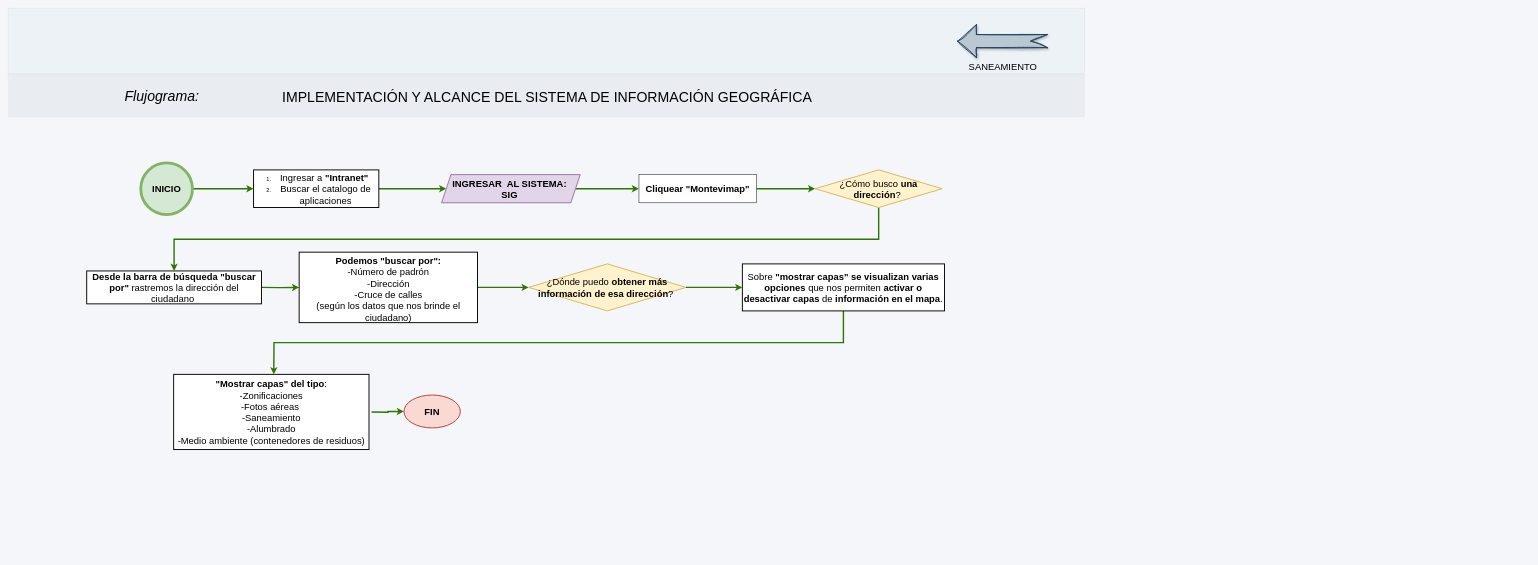
Before: page "Verificar zona saneada" (5 of 5) of BAROMETRICA/barometrica.drawio in adlc20/Manual_de_procedimientos_ccz9, a draw.io diagram. Source tidied: cells renumbered, new cells numbered last; positions are measured from the earlier drawing's top-left corner, leaving out a move shared by most shapes. Both pictures are drawn from the tidied source at 47%, with x=0, y=0 at pixel (8, 8).
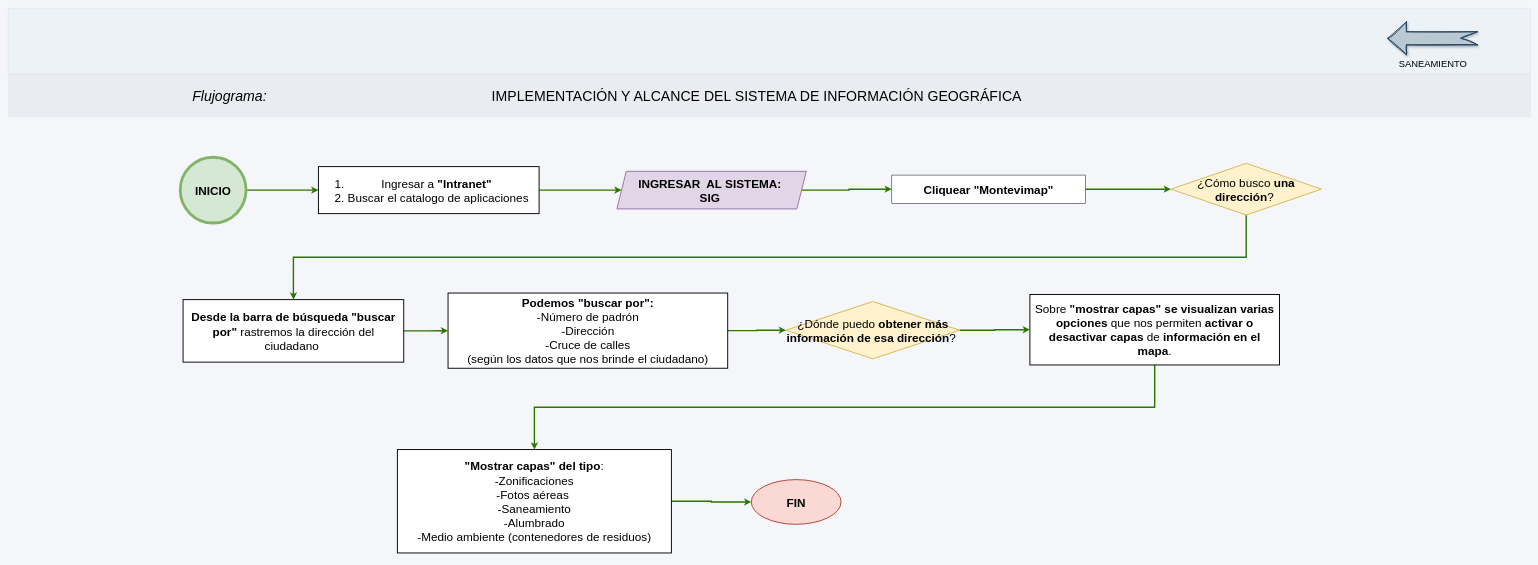
The same diagram, later.

Change to the diagram source:
```diff
@@
     <mxCell id="2" style="verticalLabelPosition=bottom;verticalAlign=middle;html=1;shape=mxgraph.basic.patternFillRect;step=5;fillStrokeWidth=0.2;fillStrokeColor=#dddddd;fillColor=#EDF2F7;strokeWidth=0;dashed=1;dashPattern=1 4;rounded=1;align=center;fontFamily=Helvetica;fontSize=12;fontColor=#2D3748;" parent="1" vertex="1">
-      <mxGeometry width="2290" height="140" as="geometry" />
+      <mxGeometry width="3239" height="140" as="geometry" />
     </mxCell>
     <mxCell id="3" style="verticalLabelPosition=bottom;verticalAlign=top;html=1;shape=mxgraph.basic.patternFillRect;fillStyle=auto;step=5;fillStrokeWidth=0.2;fillStrokeColor=#dddddd;fillColor=#E0E5EB;strokeWidth=0;strokeColor=default;opacity=50;fontColor=#ffffff;shadow=0;comic=0;align=center;fontFamily=Helvetica;fontSize=12;gradientColor=none;" parent="1" vertex="1">
-      <mxGeometry y="140" width="2290" height="91" as="geometry" />
+      <mxGeometry y="140" width="3239" height="91" as="geometry" />
     </mxCell>
     <mxCell id="4" value="&lt;i style=&quot;font-size: 30px;&quot;&gt;Flujograma:&lt;/i&gt;" style="text;html=1;whiteSpace=wrap;strokeColor=none;fillColor=none;align=center;verticalAlign=middle;rounded=0;" parent="1" vertex="1">
-      <mxGeometry x="167" y="170.5" width="320" height="30" as="geometry" />
+      <mxGeometry x="311" y="170.5" width="320" height="30" as="geometry" />
     </mxCell>
     <mxCell id="5" value="&lt;h4&gt;&lt;font style=&quot;font-size: 30px; font-weight: normal;&quot; face=&quot;Helvetica&quot;&gt;&amp;nbsp;IMPLEMENTACIÓN Y ALCANCE DEL SISTEMA DE INFORMACIÓN GEOGRÁFICA&lt;/font&gt;&lt;/h4&gt;" style="text;html=1;whiteSpace=wrap;strokeColor=none;fillColor=none;align=center;verticalAlign=middle;rounded=0;" parent="1" vertex="1">
-      <mxGeometry x="560" y="172.5" width="1165.1" height="30" as="geometry" />
+      <mxGeometry x="1006" y="170.5" width="1165.1" height="30" as="geometry" />
     </mxCell>
-    <mxCell id="6" style="edgeStyle=orthogonalEdgeStyle;rounded=0;jettySize=auto;html=1;exitX=1;exitY=0.5;exitDx=0;exitDy=0;entryX=0;entryY=0.5;entryDx=0;entryDy=0;fillColor=#60a917;strokeColor=#2D7600;strokeWidth=3;" parent="1" edge="1" source="7" target="15">
+    <mxCell id="6" style="edgeStyle=orthogonalEdgeStyle;rounded=0;jettySize=auto;html=1;exitX=1;exitY=0.5;exitDx=0;exitDy=0;entryX=0;entryY=0.5;entryDx=0;entryDy=0;fillColor=#60a917;strokeColor=#2D7600;strokeWidth=3;fontSize=25;" parent="1" edge="1" source="7" target="15">
       <mxGeometry relative="1" as="geometry" />
     </mxCell>
-    <mxCell id="7" value="&lt;font style=&quot;font-size: 20px;&quot;&gt;&lt;b&gt;Cliquear &quot;Montevimap&quot;&lt;/b&gt;&lt;/font&gt;" style="rounded=0;whiteSpace=wrap;html=1;" parent="1" vertex="1">
-      <mxGeometry x="1342" y="354" width="250" height="60" as="geometry" />
+    <mxCell id="7" value="&lt;font&gt;&lt;b&gt;Cliquear &quot;Montevimap&quot;&lt;/b&gt;&lt;/font&gt;" style="rounded=0;whiteSpace=wrap;html=1;fontSize=25;" parent="1" vertex="1">
+      <mxGeometry x="1880" y="355" width="412" height="60" as="geometry" />
     </mxCell>
-    <mxCell id="8" style="edgeStyle=orthogonalEdgeStyle;rounded=0;jettySize=auto;html=1;exitX=1;exitY=0.5;exitDx=0;exitDy=0;entryX=0;entryY=0.5;entryDx=0;entryDy=0;fillColor=#60a917;strokeColor=#2D7600;strokeWidth=3;" parent="1" edge="1" source="9" target="24">
+    <mxCell id="8" style="edgeStyle=orthogonalEdgeStyle;rounded=0;jettySize=auto;html=1;exitX=1;exitY=0.5;exitDx=0;exitDy=0;entryX=0;entryY=0.5;entryDx=0;entryDy=0;fillColor=#60a917;strokeColor=#2D7600;strokeWidth=3;fontSize=25;" parent="1" edge="1" source="9" target="24">
       <mxGeometry relative="1" as="geometry" />
     </mxCell>
-    <mxCell id="9" value="&lt;ol&gt;&lt;li&gt;&lt;font style=&quot;font-size: 20px;&quot;&gt;Ingresar a &lt;b&gt;&quot;Intranet&quot;&lt;/b&gt;&amp;nbsp;&lt;/font&gt;&lt;/li&gt;&lt;li&gt;&lt;font style=&quot;font-size: 20px;&quot;&gt;Buscar el catalogo de aplicaciones&lt;/font&gt;&lt;/li&gt;&lt;/ol&gt;" style="rounded=0;whiteSpace=wrap;html=1;strokeWidth=2;" parent="1" vertex="1">
-      <mxGeometry x="522" y="344" width="266.5" height="80" as="geometry" />
+    <mxCell id="9" value="&lt;ol&gt;&lt;li&gt;&lt;font&gt;Ingresar a &lt;b&gt;&quot;Intranet&quot;&lt;/b&gt;&amp;nbsp;&lt;/font&gt;&lt;/li&gt;&lt;li&gt;&lt;font&gt;Buscar el catalogo de aplicaciones&lt;/font&gt;&lt;/li&gt;&lt;/ol&gt;" style="rounded=0;whiteSpace=wrap;html=1;strokeWidth=2;fontSize=25;" parent="1" vertex="1">
+      <mxGeometry x="660" y="337" width="469.5" height="100" as="geometry" />
     </mxCell>
-    <mxCell id="10" style="edgeStyle=orthogonalEdgeStyle;rounded=0;jettySize=auto;html=1;entryX=0;entryY=0.5;entryDx=0;entryDy=0;fillColor=#60a917;strokeColor=#2D7600;strokeWidth=3;" parent="1" edge="1" target="13">
-      <mxGeometry relative="1" as="geometry">
-        <mxPoint x="537" y="594" as="sourcePoint" />
-      </mxGeometry>
+    <mxCell id="10" style="edgeStyle=orthogonalEdgeStyle;rounded=0;jettySize=auto;html=1;entryX=0;entryY=0.5;entryDx=0;entryDy=0;fillColor=#60a917;strokeColor=#2D7600;strokeWidth=3;fontSize=25;exitX=1;exitY=0.5;exitDx=0;exitDy=0;" parent="1" edge="1" source="11" target="13">
+      <mxGeometry relative="1" as="geometry" />
     </mxCell>
-    <mxCell id="11" value="&lt;font style=&quot;font-size: 20px;&quot;&gt;&lt;b&gt;Desde la barra&lt;/b&gt; &lt;b&gt;de búsqueda &quot;buscar por&quot;&lt;/b&gt; rastremos la dirección del ciudadano&amp;nbsp;&lt;/font&gt;" style="rounded=0;whiteSpace=wrap;html=1;strokeWidth=2;" parent="1" vertex="1">
-      <mxGeometry x="167" y="559" width="371.8" height="70" as="geometry" />
+    <mxCell id="11" value="&lt;font&gt;&lt;b&gt;Desde la barra&lt;/b&gt; &lt;b&gt;de búsqueda &quot;buscar por&quot;&lt;/b&gt; rastremos la dirección del ciudadano&amp;nbsp;&lt;/font&gt;" style="rounded=0;whiteSpace=wrap;html=1;strokeWidth=2;fontSize=25;" parent="1" vertex="1">
+      <mxGeometry x="372" y="620" width="469.5" height="133" as="geometry" />
     </mxCell>
-    <mxCell id="12" style="edgeStyle=orthogonalEdgeStyle;rounded=0;jettySize=auto;html=1;exitX=1;exitY=0.5;exitDx=0;exitDy=0;fillColor=#60a917;strokeColor=#2D7600;strokeWidth=3;entryX=0;entryY=0.5;entryDx=0;entryDy=0;" parent="1" edge="1" source="13" target="17">
+    <mxCell id="12" style="edgeStyle=orthogonalEdgeStyle;rounded=0;jettySize=auto;html=1;exitX=1;exitY=0.5;exitDx=0;exitDy=0;fillColor=#60a917;strokeColor=#2D7600;strokeWidth=3;entryX=0;entryY=0.5;entryDx=0;entryDy=0;fontSize=25;" parent="1" edge="1" source="13" target="17">
       <mxGeometry relative="1" as="geometry" />
     </mxCell>
-    <mxCell id="13" value="&lt;div style=&quot;&quot;&gt;&lt;font style=&quot;font-size: 20px;&quot;&gt;&lt;br&gt;&lt;/font&gt;&lt;/div&gt;&lt;div style=&quot;&quot;&gt;&lt;span style=&quot;background-color: transparent; color: light-dark(rgb(0, 0, 0), rgb(255, 255, 255));&quot;&gt;&lt;font style=&quot;font-size: 20px;&quot;&gt;&lt;b&gt;Podemos &quot;buscar por&quot;:&lt;/b&gt;&lt;/font&gt;&lt;/span&gt;&lt;/div&gt;&lt;div style=&quot;&quot;&gt;&lt;font style=&quot;font-size: 20px;&quot;&gt;-Número de padrón&lt;/font&gt;&lt;/div&gt;&lt;div style=&quot;&quot;&gt;&lt;font style=&quot;font-size: 20px;&quot;&gt;-Dirección&lt;/font&gt;&lt;/div&gt;&lt;div style=&quot;&quot;&gt;&lt;font style=&quot;font-size: 20px;&quot;&gt;-Cruce de calles&lt;/font&gt;&lt;/div&gt;&lt;div style=&quot;&quot;&gt;&lt;font style=&quot;font-size: 20px;&quot;&gt;(según los datos que nos brinde el ciudadano)&lt;/font&gt;&lt;/div&gt;&lt;div&gt;&lt;div style=&quot;&quot;&gt;&lt;span style=&quot;font-size: 14px;&quot;&gt;&lt;br&gt;&lt;/span&gt;&lt;/div&gt;&lt;/div&gt;" style="rounded=0;whiteSpace=wrap;html=1;strokeWidth=2;" parent="1" vertex="1">
-      <mxGeometry x="619" y="519" width="379.5" height="150" as="geometry" />
+    <mxCell id="13" value="&lt;div&gt;&lt;font&gt;&lt;br&gt;&lt;/font&gt;&lt;/div&gt;&lt;div&gt;&lt;span style=&quot;background-color: transparent; color: light-dark(rgb(0, 0, 0), rgb(255, 255, 255));&quot;&gt;&lt;font&gt;&lt;b&gt;Podemos &quot;buscar por&quot;:&lt;/b&gt;&lt;/font&gt;&lt;/span&gt;&lt;/div&gt;&lt;div&gt;&lt;font&gt;-Número de padrón&lt;/font&gt;&lt;/div&gt;&lt;div&gt;&lt;font&gt;-Dirección&lt;/font&gt;&lt;/div&gt;&lt;div&gt;&lt;font&gt;-Cruce de calles&lt;/font&gt;&lt;/div&gt;&lt;div&gt;&lt;font&gt;(según los datos que nos brinde el ciudadano)&lt;/font&gt;&lt;/div&gt;&lt;div&gt;&lt;div&gt;&lt;span&gt;&lt;br&gt;&lt;/span&gt;&lt;/div&gt;&lt;/div&gt;" style="rounded=0;whiteSpace=wrap;html=1;strokeWidth=2;fontSize=25;" parent="1" vertex="1">
+      <mxGeometry x="935.8" y="606" width="595" height="160" as="geometry" />
     </mxCell>
-    <mxCell id="14" style="edgeStyle=orthogonalEdgeStyle;rounded=0;jettySize=auto;html=1;exitX=0.5;exitY=1;exitDx=0;exitDy=0;entryX=0.5;entryY=0;entryDx=0;entryDy=0;fillColor=#60a917;strokeColor=#2D7600;strokeWidth=3;" parent="1" edge="1" source="15" target="11">
+    <mxCell id="14" style="edgeStyle=orthogonalEdgeStyle;rounded=0;jettySize=auto;html=1;exitX=0.5;exitY=1;exitDx=0;exitDy=0;entryX=0.5;entryY=0;entryDx=0;entryDy=0;fillColor=#60a917;strokeColor=#2D7600;strokeWidth=3;fontSize=25;" parent="1" edge="1" source="15" target="11">
       <mxGeometry relative="1" as="geometry" />
     </mxCell>
-    <mxCell id="15" value="&lt;font style=&quot;font-size: 20px;&quot;&gt;¿Cómo busco &lt;b&gt;una dirección&lt;/b&gt;?&amp;nbsp;&lt;/font&gt;" style="rhombus;whiteSpace=wrap;html=1;fillColor=#fff2cc;strokeColor=#d6b656;strokeWidth=2;" parent="1" vertex="1">
-      <mxGeometry x="1717" y="344" width="270" height="80" as="geometry" />
+    <mxCell id="15" value="&lt;font&gt;¿Cómo busco &lt;b&gt;una dirección&lt;/b&gt;?&amp;nbsp;&lt;/font&gt;" style="rhombus;whiteSpace=wrap;html=1;fillColor=#fff2cc;strokeColor=#d6b656;strokeWidth=2;fontSize=25;" parent="1" vertex="1">
+      <mxGeometry x="2474" y="330" width="320" height="110" as="geometry" />
     </mxCell>
-    <mxCell id="16" style="edgeStyle=orthogonalEdgeStyle;rounded=0;jettySize=auto;html=1;exitX=1;exitY=0.5;exitDx=0;exitDy=0;fillColor=#60a917;strokeColor=#2D7600;strokeWidth=3;entryX=0;entryY=0.5;entryDx=0;entryDy=0;" parent="1" edge="1" source="17" target="19">
+    <mxCell id="16" style="edgeStyle=orthogonalEdgeStyle;rounded=0;jettySize=auto;html=1;exitX=1;exitY=0.5;exitDx=0;exitDy=0;fillColor=#60a917;strokeColor=#2D7600;strokeWidth=3;entryX=0;entryY=0.5;entryDx=0;entryDy=0;fontSize=25;" parent="1" edge="1" source="17" target="19">
       <mxGeometry relative="1" as="geometry" />
     </mxCell>
-    <mxCell id="17" value="&lt;font style=&quot;font-size: 20px;&quot;&gt;¿Dónde puedo &lt;b&gt;obtener más información de esa dirección&lt;/b&gt;?&amp;nbsp;&lt;/font&gt;" style="rhombus;whiteSpace=wrap;html=1;fillColor=#fff2cc;strokeColor=#d6b656;strokeWidth=2;" parent="1" vertex="1">
-      <mxGeometry x="1107.4" y="544" width="334.5" height="100" as="geometry" />
+    <mxCell id="17" value="&lt;font&gt;¿Dónde puedo &lt;b&gt;obtener más información de esa dirección&lt;/b&gt;?&amp;nbsp;&lt;/font&gt;" style="rhombus;whiteSpace=wrap;html=1;fillColor=#fff2cc;strokeColor=#d6b656;strokeWidth=2;fontSize=25;" parent="1" vertex="1">
+      <mxGeometry x="1654.8" y="624" width="369.6" height="122" as="geometry" />
     </mxCell>
-    <mxCell id="18" style="edgeStyle=orthogonalEdgeStyle;rounded=0;jettySize=auto;html=1;exitX=0.5;exitY=1;exitDx=0;exitDy=0;fillColor=#60a917;strokeColor=#2D7600;strokeWidth=3;" parent="1" edge="1" source="19">
-      <mxGeometry relative="1" as="geometry">
-        <mxPoint x="565" y="779" as="targetPoint" />
-      </mxGeometry>
+    <mxCell id="18" style="edgeStyle=orthogonalEdgeStyle;rounded=0;jettySize=auto;html=1;exitX=0.5;exitY=1;exitDx=0;exitDy=0;fillColor=#60a917;strokeColor=#2D7600;strokeWidth=3;fontSize=25;entryX=0.5;entryY=0;entryDx=0;entryDy=0;" parent="1" edge="1" source="19" target="25">
+      <mxGeometry relative="1" as="geometry" />
     </mxCell>
-    <mxCell id="19" value="&lt;div style=&quot;&quot;&gt;&lt;span style=&quot;font-size: 20px;&quot;&gt;&lt;br&gt;&lt;/span&gt;&lt;/div&gt;&lt;div style=&quot;&quot;&gt;&lt;span style=&quot;font-size: 20px;&quot;&gt;Sobre &lt;b&gt;&quot;mostrar capas&quot; se visualizan varias opciones&lt;/b&gt; que nos permiten &lt;b&gt;activar o desactivar capas&lt;/b&gt; de &lt;b&gt;información en el mapa&lt;/b&gt;.&lt;/span&gt;&lt;/div&gt;&lt;div style=&quot;&quot;&gt;&lt;span style=&quot;font-size: 20px;&quot;&gt;&lt;br&gt;&lt;/span&gt;&lt;/div&gt;" style="rounded=0;whiteSpace=wrap;html=1;strokeWidth=2;" parent="1" vertex="1">
-      <mxGeometry x="1562" y="544" width="430" height="100" as="geometry" />
+    <mxCell id="19" value="&lt;div&gt;&lt;span&gt;&lt;br&gt;&lt;/span&gt;&lt;/div&gt;&lt;div&gt;&lt;span&gt;Sobre &lt;b&gt;&quot;mostrar capas&quot; se visualizan varias opciones&lt;/b&gt; que nos permiten &lt;b&gt;activar o desactivar capas&lt;/b&gt; de &lt;b&gt;información en el mapa&lt;/b&gt;.&lt;/span&gt;&lt;/div&gt;&lt;div&gt;&lt;span&gt;&lt;br&gt;&lt;/span&gt;&lt;/div&gt;" style="rounded=0;whiteSpace=wrap;html=1;strokeWidth=2;fontSize=25;" parent="1" vertex="1">
+      <mxGeometry x="2173.8" y="609" width="531" height="150" as="geometry" />
     </mxCell>
-    <mxCell id="20" style="edgeStyle=orthogonalEdgeStyle;rounded=0;jettySize=auto;html=1;exitX=1;exitY=0.5;exitDx=0;exitDy=0;entryX=0;entryY=0.5;entryDx=0;entryDy=0;fillColor=#60a917;strokeColor=#2D7600;strokeWidth=3;" parent="1" edge="1" source="26" target="9">
+    <mxCell id="20" style="edgeStyle=orthogonalEdgeStyle;rounded=0;jettySize=auto;html=1;exitX=1;exitY=0.5;exitDx=0;exitDy=0;entryX=0;entryY=0.5;entryDx=0;entryDy=0;fillColor=#60a917;strokeColor=#2D7600;strokeWidth=3;fontSize=25;" parent="1" edge="1" source="26" target="9">
       <mxGeometry relative="1" as="geometry" />
     </mxCell>
-    <mxCell id="21" style="edgeStyle=orthogonalEdgeStyle;rounded=0;jettySize=auto;html=1;exitX=1;exitY=0.5;exitDx=0;exitDy=0;fillColor=#60a917;strokeColor=#2D7600;strokeWidth=3;" parent="1" edge="1" target="22">
-      <mxGeometry relative="1" as="geometry">
-        <mxPoint x="773" y="859" as="sourcePoint" />
-      </mxGeometry>
+    <mxCell id="21" style="edgeStyle=orthogonalEdgeStyle;rounded=0;jettySize=auto;html=1;exitX=1;exitY=0.5;exitDx=0;exitDy=0;fillColor=#60a917;strokeColor=#2D7600;strokeWidth=3;fontSize=25;" parent="1" edge="1" source="25" target="22">
+      <mxGeometry relative="1" as="geometry" />
     </mxCell>
-    <mxCell id="22" value="&lt;font style=&quot;font-size: 20px;&quot;&gt;&lt;b&gt;FIN&lt;/b&gt;&lt;/font&gt;" style="ellipse;whiteSpace=wrap;html=1;fillColor=#fad9d5;strokeColor=#ae4132;strokeWidth=2;" parent="1" vertex="1">
-      <mxGeometry x="842" y="823" width="120" height="70" as="geometry" />
+    <mxCell id="22" value="&lt;font&gt;&lt;b&gt;FIN&lt;/b&gt;&lt;/font&gt;" style="ellipse;whiteSpace=wrap;html=1;fillColor=#fad9d5;strokeColor=#ae4132;strokeWidth=2;fontSize=25;" parent="1" vertex="1">
+      <mxGeometry x="1581" y="1003" width="191" height="95" as="geometry" />
     </mxCell>
-    <mxCell id="23" style="edgeStyle=orthogonalEdgeStyle;rounded=0;jettySize=auto;html=1;exitX=1;exitY=0.5;exitDx=0;exitDy=0;entryX=0;entryY=0.5;entryDx=0;entryDy=0;fillColor=#60a917;strokeColor=#2D7600;strokeWidth=3;" parent="1" edge="1" source="24" target="7">
+    <mxCell id="23" style="edgeStyle=orthogonalEdgeStyle;rounded=0;jettySize=auto;html=1;exitX=1;exitY=0.5;exitDx=0;exitDy=0;entryX=0;entryY=0.5;entryDx=0;entryDy=0;fillColor=#60a917;strokeColor=#2D7600;strokeWidth=3;fontSize=25;" parent="1" edge="1" source="24" target="7">
       <mxGeometry relative="1" as="geometry" />
     </mxCell>
-    <mxCell id="24" value="&lt;font style=&quot;font-size: 20px;&quot;&gt;&lt;b&gt;INGRESAR&amp;nbsp; AL SISTEMA:&amp;nbsp;&lt;/b&gt;&lt;/font&gt;&lt;div&gt;&lt;font style=&quot;font-size: 20px;&quot;&gt;&lt;b&gt;SIG&amp;nbsp;&lt;/b&gt;&lt;/font&gt;&lt;/div&gt;" style="shape=parallelogram;perimeter=parallelogramPerimeter;whiteSpace=wrap;html=1;fixedSize=1;fillColor=#e1d5e7;strokeColor=#9673a6;strokeWidth=2;" parent="1" vertex="1">
-      <mxGeometry x="922" y="354" width="295" height="60" as="geometry" />
+    <mxCell id="24" value="&lt;font&gt;&lt;b&gt;INGRESAR&amp;nbsp; AL SISTEMA:&amp;nbsp;&lt;/b&gt;&lt;/font&gt;&lt;div&gt;&lt;font&gt;&lt;b&gt;SIG&amp;nbsp;&lt;/b&gt;&lt;/font&gt;&lt;/div&gt;" style="shape=parallelogram;perimeter=parallelogramPerimeter;whiteSpace=wrap;html=1;fixedSize=1;fillColor=#e1d5e7;strokeColor=#9673a6;strokeWidth=2;fontSize=25;" parent="1" vertex="1">
+      <mxGeometry x="1295" y="347" width="403" height="80" as="geometry" />
     </mxCell>
-    <mxCell id="25" value="&lt;div style=&quot;&quot;&gt;&lt;span style=&quot;font-size: 20px;&quot;&gt;&amp;nbsp;&lt;/span&gt;&lt;/div&gt;&lt;div style=&quot;&quot;&gt;&lt;span style=&quot;font-size: 20px;&quot;&gt;&lt;b&gt;&quot;Mostrar capas&quot; del tipo&lt;/b&gt;:&lt;/span&gt;&lt;/div&gt;&lt;div style=&quot;&quot;&gt;&lt;span style=&quot;font-size: 20px;&quot;&gt;-Zonificaciones&lt;/span&gt;&lt;/div&gt;&lt;div style=&quot;&quot;&gt;&lt;span style=&quot;font-size: 20px;&quot;&gt;-Fotos aéreas&amp;nbsp;&lt;/span&gt;&lt;/div&gt;&lt;div style=&quot;&quot;&gt;&lt;span style=&quot;font-size: 20px;&quot;&gt;-Saneamiento&lt;/span&gt;&lt;/div&gt;&lt;div style=&quot;&quot;&gt;&lt;span style=&quot;font-size: 20px;&quot;&gt;-Alumbrado&lt;/span&gt;&lt;/div&gt;&lt;div style=&quot;&quot;&gt;&lt;span style=&quot;font-size: 20px;&quot;&gt;-Medio ambiente (contenedores de residuos)&lt;/span&gt;&lt;/div&gt;&lt;div style=&quot;&quot;&gt;&lt;span style=&quot;font-size: 20px;&quot;&gt;&lt;br&gt;&lt;/span&gt;&lt;/div&gt;" style="rounded=0;whiteSpace=wrap;html=1;strokeWidth=2;" parent="1" vertex="1">
-      <mxGeometry x="352" y="779" width="415.6" height="160" as="geometry" />
+    <mxCell id="25" value="&lt;div&gt;&lt;span&gt;&amp;nbsp;&lt;/span&gt;&lt;/div&gt;&lt;div&gt;&lt;span&gt;&lt;b&gt;&quot;Mostrar capas&quot; del tipo&lt;/b&gt;:&lt;/span&gt;&lt;/div&gt;&lt;div&gt;&lt;span&gt;-Zonificaciones&lt;/span&gt;&lt;/div&gt;&lt;div&gt;&lt;span&gt;-Fotos aéreas&amp;nbsp;&lt;/span&gt;&lt;/div&gt;&lt;div&gt;&lt;span&gt;-Saneamiento&lt;/span&gt;&lt;/div&gt;&lt;div&gt;&lt;span&gt;-Alumbrado&lt;/span&gt;&lt;/div&gt;&lt;div&gt;&lt;span&gt;-Medio ambiente (contenedores de residuos)&lt;/span&gt;&lt;/div&gt;&lt;div&gt;&lt;span&gt;&lt;br&gt;&lt;/span&gt;&lt;/div&gt;" style="rounded=0;whiteSpace=wrap;html=1;strokeWidth=2;fontSize=25;" parent="1" vertex="1">
+      <mxGeometry x="828" y="939" width="583" height="220" as="geometry" />
     </mxCell>
-    <mxCell id="26" value="&lt;font style=&quot;font-size: 20px;&quot;&gt;&lt;b&gt;INICIO&lt;/b&gt;&lt;/font&gt;" style="ellipse;whiteSpace=wrap;html=1;fillColor=#D5E8D4;strokeColor=#82b366;strokeWidth=6;gradientColor=none;" parent="1" vertex="1">
-      <mxGeometry x="282" y="329" width="110" height="110" as="geometry" />
+    <mxCell id="26" value="&lt;font&gt;&lt;b&gt;INICIO&lt;/b&gt;&lt;/font&gt;" style="ellipse;whiteSpace=wrap;html=1;fillColor=#D5E8D4;strokeColor=#82b366;strokeWidth=6;gradientColor=none;fontSize=25;" parent="1" vertex="1">
+      <mxGeometry x="366" y="317" width="140" height="140" as="geometry" />
     </mxCell>
     <mxCell id="27" value="&lt;font style=&quot;font-size: 20px;&quot;&gt;SANEAMIENTO&lt;/font&gt;" style="verticalLabelPosition=bottom;verticalAlign=top;html=1;strokeWidth=2;shape=mxgraph.arrows2.arrow;dy=0.6;dx=40;notch=35.14;direction=west;fillColor=#bac8d3;strokeColor=#23445d;fillStyle=solid;shadow=1;sketch=1;curveFitting=1;jiggle=2;" parent="1" vertex="1">
-      <mxGeometry x="2020" y="35" width="191" height="70" as="geometry" />
+      <mxGeometry x="2935" y="29" width="191" height="70" as="geometry" />
     </mxCell>
```
